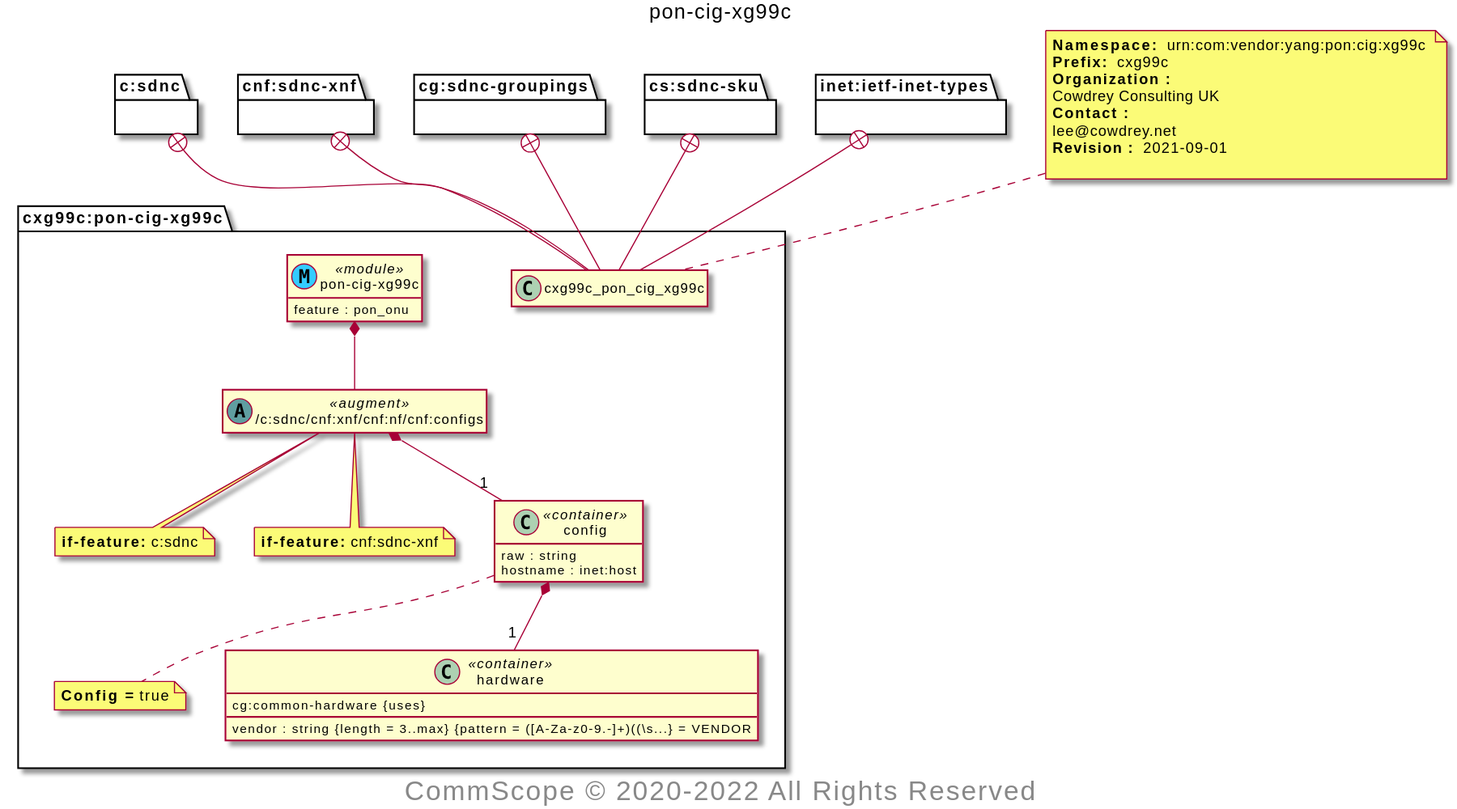
The PlantUML diagram src/doc/img/pon-cig-xg99c.svg in seanpm2001/LeeCowdrey_SDNc-YANG, before a commit.
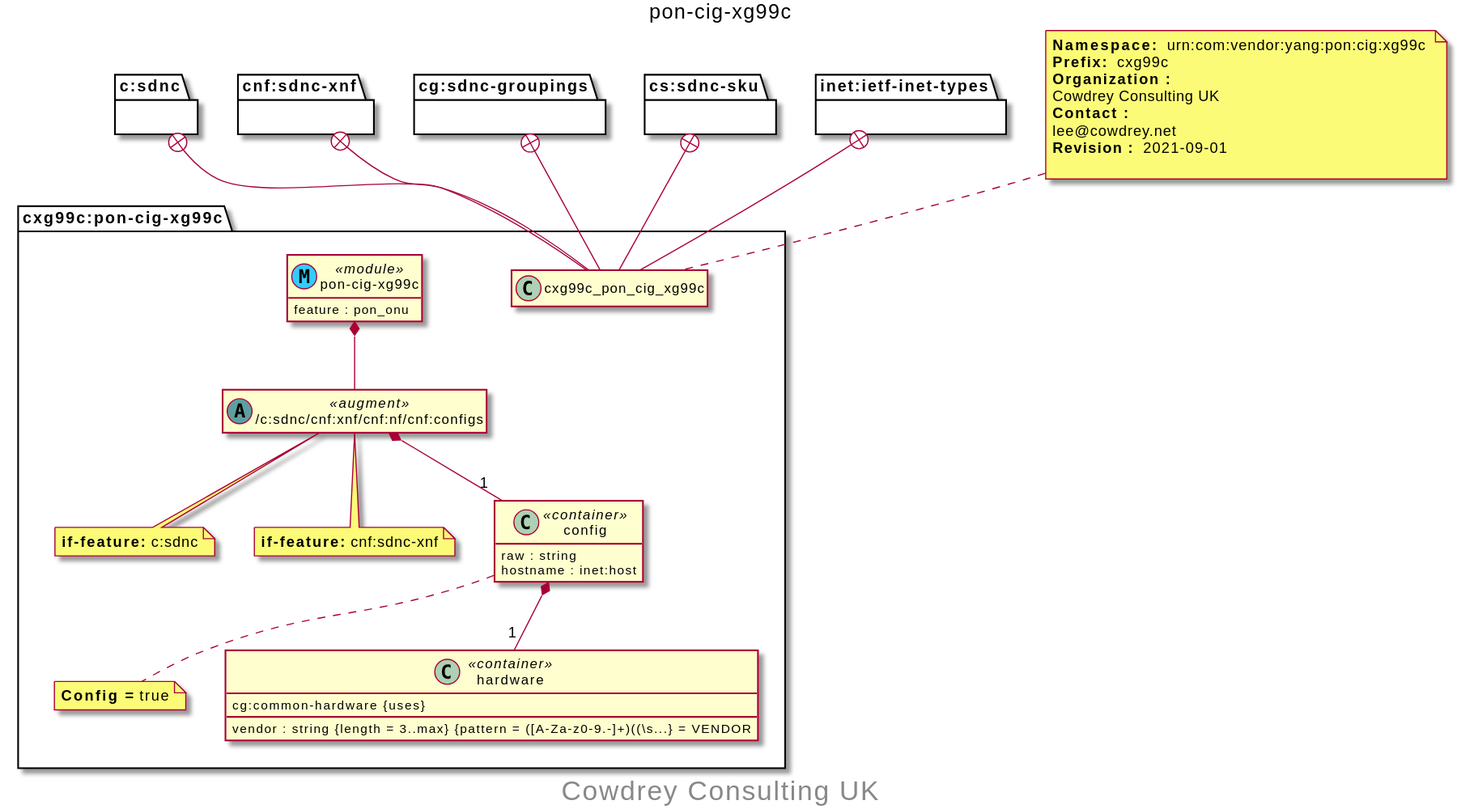
After the commit.

Diff of the diagram source:
```diff
@@ -49,6 +49,6 @@
 }
 
 center footer
- <size:24> CommScope © 2020-2022 All Rights Reserved </size>
+ <size:24> Cowdrey Consulting UK </size>
  endfooter
 @enduml
```
